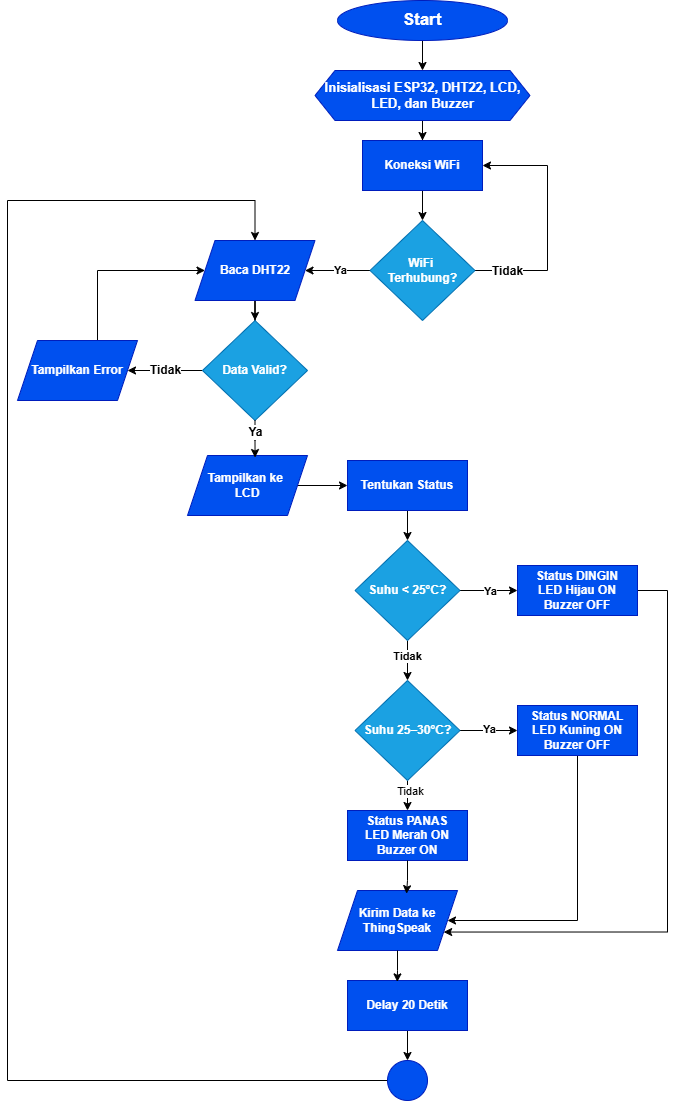
This is image/flowchart.png from LitaAlentina287/Monitoring-Suhu-dan-Kelembaban-Ruangan-via-ThingSpeak, a draw.io export, as it was before one commit. Source tidied: cells renumbered, new cells last; positions are measured from the earlier drawing's top-left corner, leaving out a move shared by most shapes.
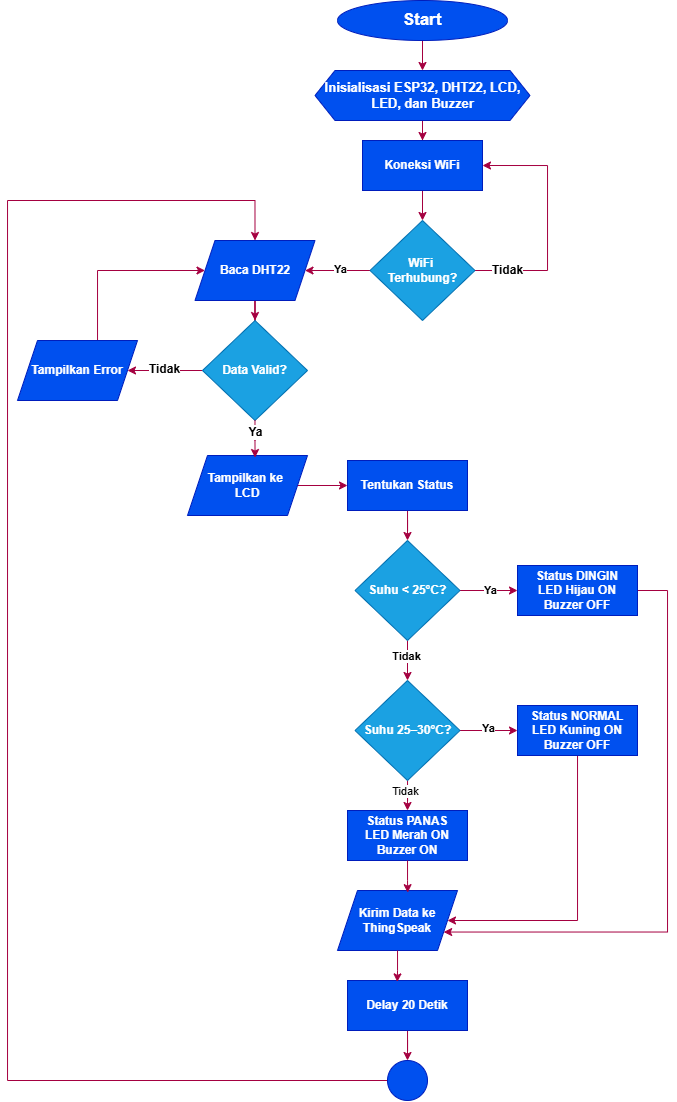
The same file after the commit.

Commit message:
Memperbarui diagram dan flowchart

Change to the diagram source:
```diff
@@ -2,31 +2,31 @@
   <root>
     <mxCell id="0" />
     <mxCell id="1" parent="0" />
-    <mxCell id="2" style="edgeStyle=orthogonalEdgeStyle;rounded=0;jettySize=auto;html=1;entryX=0.5;entryY=0;entryDx=0;entryDy=0;fontStyle=1;" parent="1" edge="1" source="3" target="5">
+    <mxCell id="2" style="edgeStyle=orthogonalEdgeStyle;rounded=0;jettySize=auto;html=1;entryX=0.5;entryY=0;entryDx=0;entryDy=0;fontStyle=1;fillColor=#d80073;strokeColor=#A50040;" parent="1" edge="1" source="3" target="5">
       <mxGeometry relative="1" as="geometry" />
     </mxCell>
     <mxCell id="3" value="&lt;font style=&quot;font-size: 17px;&quot;&gt;Start&lt;/font&gt;" style="ellipse;whiteSpace=wrap;html=1;fontStyle=1;fillColor=#0050ef;strokeColor=#001DBC;fontColor=#ffffff;" parent="1" vertex="1">
       <mxGeometry x="330" width="170" height="40" as="geometry" />
     </mxCell>
-    <mxCell id="4" style="edgeStyle=orthogonalEdgeStyle;rounded=0;jettySize=auto;html=1;entryX=0.5;entryY=0;entryDx=0;entryDy=0;fontStyle=1;" parent="1" edge="1" source="5" target="7">
+    <mxCell id="4" style="edgeStyle=orthogonalEdgeStyle;rounded=0;jettySize=auto;html=1;entryX=0.5;entryY=0;entryDx=0;entryDy=0;fontStyle=1;fillColor=#d80073;strokeColor=#A50040;" parent="1" edge="1" source="5" target="7">
       <mxGeometry relative="1" as="geometry" />
     </mxCell>
     <mxCell id="5" value="&lt;font style=&quot;font-size: 13px;&quot;&gt;Inisialisasi ESP32, DHT22, LCD, LED, dan Buzzer&lt;/font&gt;" style="shape=hexagon;perimeter=hexagonPerimeter2;whiteSpace=wrap;html=1;fixedSize=1;fontStyle=1;fillColor=#0050ef;fontColor=#ffffff;strokeColor=#001DBC;" parent="1" vertex="1">
       <mxGeometry x="307.5" y="70" width="215" height="50" as="geometry" />
     </mxCell>
-    <mxCell id="6" style="edgeStyle=orthogonalEdgeStyle;rounded=0;jettySize=auto;html=1;entryX=0.5;entryY=0;entryDx=0;entryDy=0;fontStyle=1;" parent="1" edge="1" source="7" target="12">
+    <mxCell id="6" style="edgeStyle=orthogonalEdgeStyle;rounded=0;jettySize=auto;html=1;entryX=0.5;entryY=0;entryDx=0;entryDy=0;fontStyle=1;fillColor=#d80073;strokeColor=#A50040;" parent="1" edge="1" source="7" target="12">
       <mxGeometry relative="1" as="geometry" />
     </mxCell>
     <mxCell id="7" value="Koneksi WiFi" style="rounded=0;whiteSpace=wrap;html=1;fontStyle=1;fillColor=#0050ef;fontColor=#ffffff;strokeColor=#001DBC;" parent="1" vertex="1">
       <mxGeometry x="355" y="140" width="120" height="50" as="geometry" />
     </mxCell>
-    <mxCell id="8" style="edgeStyle=orthogonalEdgeStyle;rounded=0;jettySize=auto;html=1;fontSize=12;fontStyle=1;" parent="1" edge="1" source="12" target="14">
+    <mxCell id="8" style="edgeStyle=orthogonalEdgeStyle;rounded=0;jettySize=auto;html=1;fontSize=12;fontStyle=1;fillColor=#d80073;strokeColor=#A50040;" parent="1" edge="1" source="12" target="14">
       <mxGeometry relative="1" as="geometry" />
     </mxCell>
     <mxCell id="9" value="Ya" style="edgeLabel;html=1;align=center;verticalAlign=middle;fontStyle=1;" parent="8" vertex="1">
       <mxGeometry x="-0.08" y="-1" relative="1" as="geometry" />
     </mxCell>
-    <mxCell id="10" style="edgeStyle=orthogonalEdgeStyle;rounded=0;jettySize=auto;html=1;entryX=1;entryY=0.5;entryDx=0;entryDy=0;fontStyle=1;" parent="1" edge="1" source="12" target="7">
+    <mxCell id="10" style="edgeStyle=orthogonalEdgeStyle;rounded=0;jettySize=auto;html=1;entryX=1;entryY=0.5;entryDx=0;entryDy=0;fontStyle=1;fillColor=#d80073;strokeColor=#A50040;" parent="1" edge="1" source="12" target="7">
       <mxGeometry relative="1" as="geometry">
         <Array as="points">
           <mxPoint x="540" y="270" />
@@ -42,13 +42,13 @@
     <mxCell id="12" value="WiFi&amp;nbsp;&lt;div&gt;Terhubung?&lt;/div&gt;" style="rhombus;whiteSpace=wrap;html=1;fontStyle=1;fillColor=#1ba1e2;fontColor=#ffffff;strokeColor=#006EAF;" parent="1" vertex="1">
       <mxGeometry x="362.5" y="220" width="105" height="100" as="geometry" />
     </mxCell>
-    <mxCell id="13" style="edgeStyle=orthogonalEdgeStyle;rounded=0;jettySize=auto;html=1;entryX=0.5;entryY=0;entryDx=0;entryDy=0;fontStyle=1;" parent="1" edge="1" source="14" target="17">
+    <mxCell id="13" style="edgeStyle=orthogonalEdgeStyle;rounded=0;jettySize=auto;html=1;entryX=0.5;entryY=0;entryDx=0;entryDy=0;fontStyle=1;fillColor=#d80073;strokeColor=#A50040;" parent="1" edge="1" source="14" target="17">
       <mxGeometry relative="1" as="geometry" />
     </mxCell>
     <mxCell id="14" value="Baca DHT22" style="shape=parallelogram;perimeter=parallelogramPerimeter;whiteSpace=wrap;html=1;fixedSize=1;fontStyle=1;fillColor=#0050ef;fontColor=#ffffff;strokeColor=#001DBC;" parent="1" vertex="1">
       <mxGeometry x="187.5" y="240" width="120" height="60" as="geometry" />
     </mxCell>
-    <mxCell id="15" style="edgeStyle=orthogonalEdgeStyle;rounded=0;jettySize=auto;html=1;fontStyle=1;" parent="1" edge="1" source="17" target="19">
+    <mxCell id="15" style="edgeStyle=orthogonalEdgeStyle;rounded=0;jettySize=auto;html=1;fontStyle=1;fillColor=#d80073;strokeColor=#A50040;" parent="1" edge="1" source="17" target="19">
       <mxGeometry relative="1" as="geometry" />
     </mxCell>
     <mxCell id="16" value="Tidak" style="edgeLabel;html=1;align=center;verticalAlign=middle;fontSize=12;fontStyle=1;" parent="15" vertex="1">
@@ -57,7 +57,7 @@
     <mxCell id="17" value="Data Valid?" style="rhombus;whiteSpace=wrap;html=1;fontStyle=1;fillColor=#1ba1e2;fontColor=#ffffff;strokeColor=#006EAF;" parent="1" vertex="1">
       <mxGeometry x="195" y="320" width="105" height="100" as="geometry" />
     </mxCell>
-    <mxCell id="18" style="edgeStyle=orthogonalEdgeStyle;rounded=0;jettySize=auto;html=1;entryX=0;entryY=0.5;entryDx=0;entryDy=0;fontStyle=1;" parent="1" edge="1" source="19" target="14">
+    <mxCell id="18" style="edgeStyle=orthogonalEdgeStyle;rounded=0;jettySize=auto;html=1;entryX=0;entryY=0.5;entryDx=0;entryDy=0;fontStyle=1;fillColor=#d80073;strokeColor=#A50040;" parent="1" edge="1" source="19" target="14">
       <mxGeometry relative="1" as="geometry">
         <Array as="points">
           <mxPoint x="90" y="270" />
@@ -67,13 +67,13 @@
     <mxCell id="19" value="Tampilkan Error" style="shape=parallelogram;perimeter=parallelogramPerimeter;whiteSpace=wrap;html=1;fixedSize=1;fontStyle=1;fillColor=#0050ef;fontColor=#ffffff;strokeColor=#001DBC;" parent="1" vertex="1">
       <mxGeometry x="10" y="340" width="120" height="60" as="geometry" />
     </mxCell>
-    <mxCell id="20" style="edgeStyle=orthogonalEdgeStyle;rounded=0;jettySize=auto;html=1;entryX=0;entryY=0.5;entryDx=0;entryDy=0;fontStyle=1;" parent="1" edge="1" source="21" target="25">
+    <mxCell id="20" style="edgeStyle=orthogonalEdgeStyle;rounded=0;jettySize=auto;html=1;entryX=0;entryY=0.5;entryDx=0;entryDy=0;fontStyle=1;fillColor=#d80073;strokeColor=#A50040;" parent="1" edge="1" source="21" target="25">
       <mxGeometry relative="1" as="geometry" />
     </mxCell>
     <mxCell id="21" value="Tampilkan ke&amp;nbsp;&lt;div&gt;LCD&lt;/div&gt;" style="shape=parallelogram;perimeter=parallelogramPerimeter;whiteSpace=wrap;html=1;fixedSize=1;fontStyle=1;fillColor=#0050ef;fontColor=#ffffff;strokeColor=#001DBC;" parent="1" vertex="1">
       <mxGeometry x="180" y="455" width="120" height="60" as="geometry" />
     </mxCell>
-    <mxCell id="22" style="edgeStyle=orthogonalEdgeStyle;rounded=0;jettySize=auto;html=1;entryX=0.563;entryY=0.034;entryDx=0;entryDy=0;entryPerimeter=0;fontStyle=1;" parent="1" edge="1" source="17" target="21">
+    <mxCell id="22" style="edgeStyle=orthogonalEdgeStyle;rounded=0;jettySize=auto;html=1;entryX=0.563;entryY=0.034;entryDx=0;entryDy=0;entryPerimeter=0;fontStyle=1;fillColor=#d80073;strokeColor=#A50040;" parent="1" edge="1" source="17" target="21">
       <mxGeometry relative="1" as="geometry" />
     </mxCell>
     <mxCell id="23" value="Ya" style="edgeLabel;html=1;align=center;verticalAlign=middle;fontSize=12;fontStyle=1;" parent="22" vertex="1">
@@ -81,19 +81,19 @@
         <mxPoint y="-1" as="offset" />
       </mxGeometry>
     </mxCell>
-    <mxCell id="24" style="edgeStyle=orthogonalEdgeStyle;rounded=0;jettySize=auto;html=1;entryX=0.5;entryY=0;entryDx=0;entryDy=0;fontStyle=1;" parent="1" edge="1" source="25" target="30">
+    <mxCell id="24" style="edgeStyle=orthogonalEdgeStyle;rounded=0;jettySize=auto;html=1;entryX=0.5;entryY=0;entryDx=0;entryDy=0;fontStyle=1;fillColor=#d80073;strokeColor=#A50040;" parent="1" edge="1" source="25" target="30">
       <mxGeometry relative="1" as="geometry" />
     </mxCell>
     <mxCell id="25" value="Tentukan Status" style="rounded=0;whiteSpace=wrap;html=1;fontStyle=1;fillColor=#0050ef;fontColor=#ffffff;strokeColor=#001DBC;" parent="1" vertex="1">
       <mxGeometry x="340" y="460" width="120" height="50" as="geometry" />
     </mxCell>
-    <mxCell id="26" style="edgeStyle=orthogonalEdgeStyle;rounded=0;jettySize=auto;html=1;entryX=0;entryY=0.5;entryDx=0;entryDy=0;fontStyle=1;" parent="1" edge="1" source="30" target="32">
+    <mxCell id="26" style="edgeStyle=orthogonalEdgeStyle;rounded=0;jettySize=auto;html=1;entryX=0;entryY=0.5;entryDx=0;entryDy=0;fontStyle=1;fillColor=#d80073;strokeColor=#A50040;" parent="1" edge="1" source="30" target="32">
       <mxGeometry relative="1" as="geometry" />
     </mxCell>
     <mxCell id="27" value="Ya" style="edgeLabel;html=1;align=center;verticalAlign=middle;fontStyle=1;" parent="26" vertex="1">
       <mxGeometry x="0.03" relative="1" as="geometry" />
     </mxCell>
-    <mxCell id="28" style="edgeStyle=orthogonalEdgeStyle;rounded=0;jettySize=auto;html=1;entryX=0.5;entryY=0;entryDx=0;entryDy=0;fontStyle=1;" parent="1" edge="1" source="30" target="37">
+    <mxCell id="28" style="edgeStyle=orthogonalEdgeStyle;rounded=0;jettySize=auto;html=1;entryX=0.5;entryY=0;entryDx=0;entryDy=0;fontStyle=1;fillColor=#d80073;strokeColor=#A50040;" parent="1" edge="1" source="30" target="37">
       <mxGeometry relative="1" as="geometry" />
     </mxCell>
     <mxCell id="29" value="Tidak" style="edgeLabel;html=1;align=center;verticalAlign=middle;fontStyle=1;" parent="28" vertex="1">
@@ -102,7 +102,7 @@
     <mxCell id="30" value="Suhu &amp;lt; 25°C?" style="rhombus;whiteSpace=wrap;html=1;fontStyle=1;fillColor=#1ba1e2;fontColor=#ffffff;strokeColor=#006EAF;" parent="1" vertex="1">
       <mxGeometry x="347.5" y="540" width="105" height="100" as="geometry" />
     </mxCell>
-    <mxCell id="31" style="edgeStyle=orthogonalEdgeStyle;rounded=0;jettySize=auto;html=1;entryX=1;entryY=0.75;entryDx=0;entryDy=0;" parent="1" edge="1" source="32" target="41">
+    <mxCell id="31" style="edgeStyle=orthogonalEdgeStyle;rounded=0;jettySize=auto;html=1;entryX=1;entryY=0.75;entryDx=0;entryDy=0;fillColor=#d80073;strokeColor=#A50040;" parent="1" edge="1" source="32" target="41">
       <mxGeometry relative="1" as="geometry">
         <Array as="points">
           <mxPoint x="660" y="590" />
@@ -113,13 +113,13 @@
     <mxCell id="32" value="Status DINGIN&lt;div&gt;LED Hijau ON&lt;/div&gt;&lt;div&gt;Buzzer OFF&lt;/div&gt;" style="rounded=0;whiteSpace=wrap;html=1;fontStyle=1;fillColor=#0050ef;fontColor=#ffffff;strokeColor=#001DBC;" parent="1" vertex="1">
       <mxGeometry x="510" y="565" width="120" height="50" as="geometry" />
     </mxCell>
-    <mxCell id="33" style="edgeStyle=orthogonalEdgeStyle;rounded=0;jettySize=auto;html=1;entryX=0;entryY=0.5;entryDx=0;entryDy=0;fontStyle=1;" parent="1" edge="1" source="37" target="39">
+    <mxCell id="33" style="edgeStyle=orthogonalEdgeStyle;rounded=0;jettySize=auto;html=1;entryX=0;entryY=0.5;entryDx=0;entryDy=0;fontStyle=1;fillColor=#d80073;strokeColor=#A50040;" parent="1" edge="1" source="37" target="39">
       <mxGeometry relative="1" as="geometry" />
     </mxCell>
     <mxCell id="34" value="Ya" style="edgeLabel;html=1;align=center;verticalAlign=middle;fontStyle=1;" parent="33" vertex="1">
       <mxGeometry x="-0.02" y="2" relative="1" as="geometry" />
     </mxCell>
-    <mxCell id="35" style="edgeStyle=orthogonalEdgeStyle;rounded=0;jettySize=auto;html=1;entryX=0.5;entryY=0;entryDx=0;entryDy=0;fontStyle=1;" parent="1" edge="1" source="37">
+    <mxCell id="35" style="edgeStyle=orthogonalEdgeStyle;rounded=0;jettySize=auto;html=1;entryX=0.5;entryY=0;entryDx=0;entryDy=0;fontStyle=1;fillColor=#d80073;strokeColor=#A50040;" parent="1" edge="1" source="37">
       <mxGeometry relative="1" as="geometry">
         <mxPoint x="400" y="810" as="targetPoint" />
       </mxGeometry>
@@ -130,7 +130,7 @@
     <mxCell id="37" value="Suhu 25–30°C?" style="rhombus;whiteSpace=wrap;html=1;fontStyle=1;fillColor=#1ba1e2;fontColor=#ffffff;strokeColor=#006EAF;" parent="1" vertex="1">
       <mxGeometry x="347.5" y="680" width="105" height="100" as="geometry" />
     </mxCell>
-    <mxCell id="38" style="edgeStyle=orthogonalEdgeStyle;rounded=0;jettySize=auto;html=1;entryX=1;entryY=0.5;entryDx=0;entryDy=0;" parent="1" edge="1" source="39" target="41">
+    <mxCell id="38" style="edgeStyle=orthogonalEdgeStyle;rounded=0;jettySize=auto;html=1;entryX=1;entryY=0.5;entryDx=0;entryDy=0;fillColor=#d80073;strokeColor=#A50040;" parent="1" edge="1" source="39" target="41">
       <mxGeometry relative="1" as="geometry">
         <Array as="points">
           <mxPoint x="570" y="920" />
@@ -146,19 +146,16 @@
     <mxCell id="41" value="Kirim Data ke ThingSpeak" style="shape=parallelogram;perimeter=parallelogramPerimeter;whiteSpace=wrap;html=1;fixedSize=1;fontStyle=1;fillColor=#0050ef;fontColor=#ffffff;strokeColor=#001DBC;" parent="1" vertex="1">
       <mxGeometry x="330" y="890" width="120" height="60" as="geometry" />
     </mxCell>
-    <mxCell id="42" style="edgeStyle=orthogonalEdgeStyle;rounded=0;jettySize=auto;html=1;entryX=0.575;entryY=0.053;entryDx=0;entryDy=0;entryPerimeter=0;fontStyle=1;" parent="1" edge="1" source="40" target="41">
-      <mxGeometry relative="1" as="geometry" />
-    </mxCell>
-    <mxCell id="43" style="edgeStyle=orthogonalEdgeStyle;rounded=0;jettySize=auto;html=1;entryX=0.5;entryY=0;entryDx=0;entryDy=0;fontStyle=1;" parent="1" edge="1" source="44" target="47">
+    <mxCell id="43" style="edgeStyle=orthogonalEdgeStyle;rounded=0;jettySize=auto;html=1;entryX=0.5;entryY=0;entryDx=0;entryDy=0;fontStyle=1;fillColor=#d80073;strokeColor=#A50040;" parent="1" edge="1" source="44" target="47">
       <mxGeometry relative="1" as="geometry" />
     </mxCell>
     <mxCell id="44" value="Delay 20 Detik" style="rounded=0;whiteSpace=wrap;html=1;fontStyle=1;fillColor=#0050ef;fontColor=#ffffff;strokeColor=#001DBC;" parent="1" vertex="1">
       <mxGeometry x="340" y="980" width="120" height="50" as="geometry" />
     </mxCell>
-    <mxCell id="45" style="edgeStyle=orthogonalEdgeStyle;rounded=0;jettySize=auto;html=1;entryX=0.415;entryY=0.028;entryDx=0;entryDy=0;entryPerimeter=0;fontStyle=1;" parent="1" edge="1" source="41" target="44">
+    <mxCell id="45" style="edgeStyle=orthogonalEdgeStyle;rounded=0;jettySize=auto;html=1;entryX=0.415;entryY=0.028;entryDx=0;entryDy=0;entryPerimeter=0;fontStyle=1;fillColor=#d80073;strokeColor=#A50040;" parent="1" edge="1" source="41" target="44">
       <mxGeometry relative="1" as="geometry" />
     </mxCell>
-    <mxCell id="46" style="edgeStyle=orthogonalEdgeStyle;rounded=0;jettySize=auto;html=1;entryX=0.5;entryY=0;entryDx=0;entryDy=0;fontStyle=1;" parent="1" edge="1" source="47" target="14">
+    <mxCell id="46" style="edgeStyle=orthogonalEdgeStyle;rounded=0;jettySize=auto;html=1;entryX=0.5;entryY=0;entryDx=0;entryDy=0;fontStyle=1;fillColor=#d80073;strokeColor=#A50040;" parent="1" edge="1" source="47" target="14">
       <mxGeometry relative="1" as="geometry">
         <Array as="points">
           <mxPoint y="1080" />
@@ -170,5 +167,8 @@
     <mxCell id="47" style="ellipse;whiteSpace=wrap;html=1;fontStyle=1;fillColor=#0050ef;fontColor=#ffffff;strokeColor=#001DBC;" parent="1" vertex="1">
       <mxGeometry x="380" y="1060" width="40" height="40" as="geometry" />
     </mxCell>
+    <mxCell id="42" style="edgeStyle=orthogonalEdgeStyle;rounded=0;jettySize=auto;html=1;entryX=0.585;entryY=0.036;entryDx=0;entryDy=0;entryPerimeter=0;fillColor=#d80073;strokeColor=#A50040;" parent="1" edge="1" source="40" target="41">
+      <mxGeometry relative="1" as="geometry" />
+    </mxCell>
   </root>
 </mxGraphModel>
```
